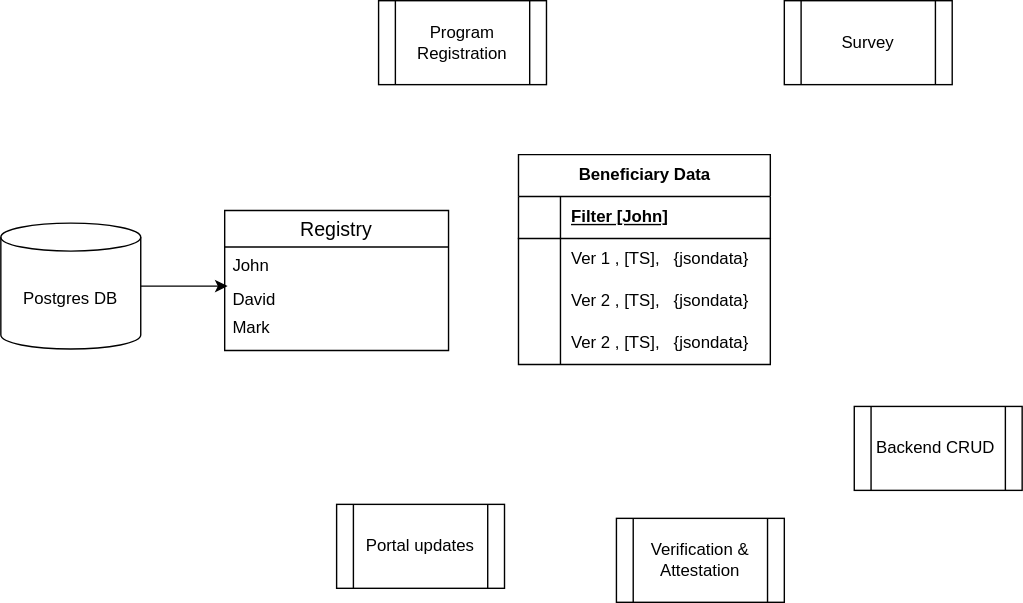
Earlier version of the draw.io export .gitbook/assets/program_data.drawio.svg (OpenG2P/openg2p-documentation). Source tidied: cells renumbered, new cells last; positions are measured from the earlier drawing's top-left corner, leaving out a move shared by most shapes.
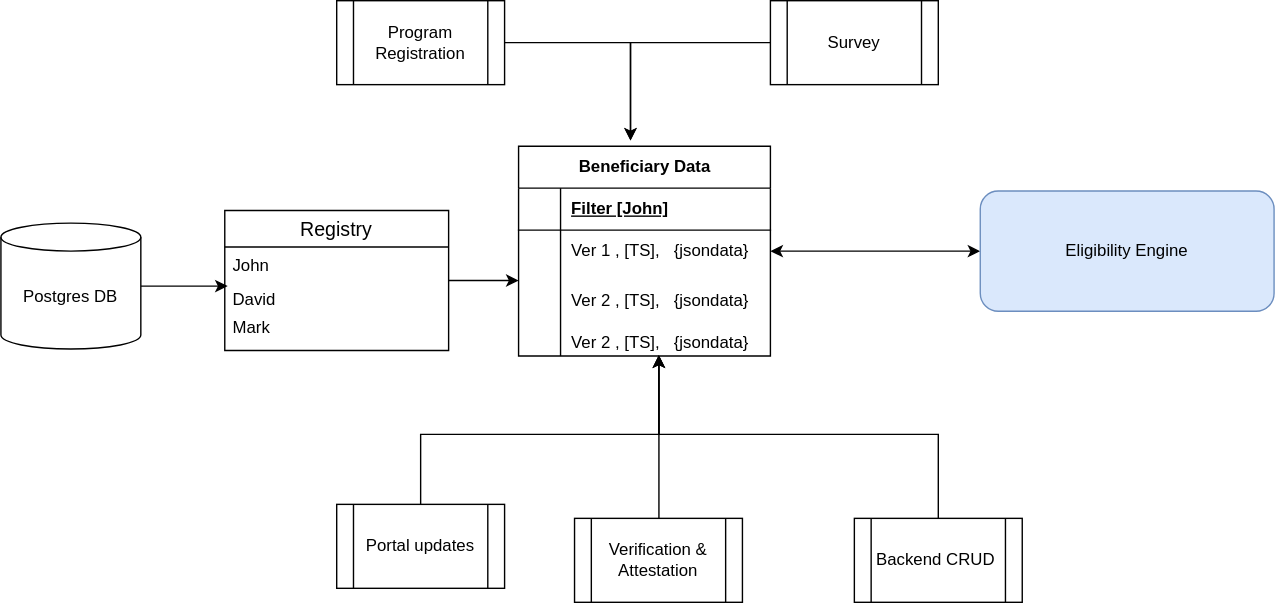
After the change.

What changed in the source:
```diff
@@ -2,27 +2,66 @@
   <root>
     <mxCell id="0" />
     <mxCell id="1" parent="0" />
+    <mxCell id="27" value="Ver 2 , [TS],&amp;nbsp; &amp;nbsp;{jsondata}" style="shape=partialRectangle;fillColor=none;top=0;left=0;bottom=0;right=0;align=left;spacingLeft=6;overflow=hidden;whiteSpace=wrap;html=1;" parent="1" vertex="1">
+      <mxGeometry x="400" y="230" width="150" height="30" as="geometry" />
+    </mxCell>
     <mxCell id="2" style="edgeStyle=orthogonalEdgeStyle;rounded=0;jettySize=auto;html=1;entryX=0.013;entryY=0.2;entryDx=0;entryDy=0;entryPerimeter=0;" parent="1" edge="1" source="3" target="11">
       <mxGeometry relative="1" as="geometry" />
     </mxCell>
     <mxCell id="3" value="Postgres DB" style="shape=cylinder3;whiteSpace=wrap;html=1;boundedLbl=1;backgroundOutline=1;size=10;" parent="1" vertex="1">
       <mxGeometry y="159" width="100" height="90" as="geometry" />
     </mxCell>
+    <mxCell id="28" style="edgeStyle=orthogonalEdgeStyle;rounded=0;jettySize=auto;html=1;" parent="1" edge="1" source="4">
+      <mxGeometry relative="1" as="geometry">
+        <mxPoint x="450" y="100" as="targetPoint" />
+      </mxGeometry>
+    </mxCell>
     <mxCell id="4" value="Program Registration" style="shape=process;whiteSpace=wrap;html=1;backgroundOutline=1;" parent="1" vertex="1">
-      <mxGeometry x="270" width="120" height="60" as="geometry" />
+      <mxGeometry x="240" width="120" height="60" as="geometry" />
     </mxCell>
+    <mxCell id="29" style="edgeStyle=orthogonalEdgeStyle;rounded=0;jettySize=auto;html=1;" parent="1" edge="1" source="5">
+      <mxGeometry relative="1" as="geometry">
+        <mxPoint x="450" y="100" as="targetPoint" />
+      </mxGeometry>
+    </mxCell>
     <mxCell id="5" value="Survey" style="shape=process;whiteSpace=wrap;html=1;backgroundOutline=1;" parent="1" vertex="1">
-      <mxGeometry x="560" width="120" height="60" as="geometry" />
+      <mxGeometry x="550" width="120" height="60" as="geometry" />
     </mxCell>
+    <mxCell id="30" style="edgeStyle=orthogonalEdgeStyle;rounded=0;jettySize=auto;html=1;entryX=0.557;entryY=0.982;entryDx=0;entryDy=0;entryPerimeter=0;exitX=0.5;exitY=0;exitDx=0;exitDy=0;" parent="1" edge="1" source="6" target="23">
+      <mxGeometry relative="1" as="geometry">
+        <Array as="points">
+          <mxPoint x="670" y="310" />
+          <mxPoint x="470" y="310" />
+        </Array>
+      </mxGeometry>
+    </mxCell>
     <mxCell id="6" value="Backend CRUD&amp;nbsp;" style="shape=process;whiteSpace=wrap;html=1;backgroundOutline=1;" parent="1" vertex="1">
-      <mxGeometry x="610" y="290" width="120" height="60" as="geometry" />
+      <mxGeometry x="610" y="370" width="120" height="60" as="geometry" />
     </mxCell>
+    <mxCell id="31" style="edgeStyle=orthogonalEdgeStyle;rounded=0;jettySize=auto;html=1;entryX=0.557;entryY=0.978;entryDx=0;entryDy=0;entryPerimeter=0;" parent="1" edge="1" source="7" target="23">
+      <mxGeometry relative="1" as="geometry">
+        <Array as="points">
+          <mxPoint x="470" y="310" />
+        </Array>
+      </mxGeometry>
+    </mxCell>
     <mxCell id="7" value="Verification &amp;amp; Attestation" style="shape=process;whiteSpace=wrap;html=1;backgroundOutline=1;" parent="1" vertex="1">
-      <mxGeometry x="440" y="370" width="120" height="60" as="geometry" />
+      <mxGeometry x="410" y="370" width="120" height="60" as="geometry" />
     </mxCell>
+    <mxCell id="32" style="edgeStyle=orthogonalEdgeStyle;rounded=0;jettySize=auto;html=1;entryX=0.557;entryY=0.983;entryDx=0;entryDy=0;entryPerimeter=0;" parent="1" edge="1" source="8" target="23">
+      <mxGeometry relative="1" as="geometry">
+        <Array as="points">
+          <mxPoint x="300" y="310" />
+          <mxPoint x="470" y="310" />
+        </Array>
+      </mxGeometry>
+    </mxCell>
     <mxCell id="8" value="Portal updates" style="shape=process;whiteSpace=wrap;html=1;backgroundOutline=1;" parent="1" vertex="1">
       <mxGeometry x="240" y="360" width="120" height="60" as="geometry" />
     </mxCell>
+    <mxCell id="33" style="edgeStyle=orthogonalEdgeStyle;rounded=0;jettySize=auto;html=1;entryX=0;entryY=0.2;entryDx=0;entryDy=0;entryPerimeter=0;" parent="1" edge="1" source="9" target="20">
+      <mxGeometry relative="1" as="geometry" />
+    </mxCell>
     <mxCell id="9" value="Registry" style="swimlane;fontStyle=0;horizontal=1;startSize=26;align=center;fontSize=14;" parent="1" vertex="1">
       <mxGeometry x="160" y="150" width="160" height="100" as="geometry" />
     </mxCell>
@@ -36,7 +75,7 @@
       <mxGeometry y="70" width="160" height="30" as="geometry" />
     </mxCell>
     <mxCell id="13" value="Beneficiary Data" style="shape=table;startSize=30;rowLines=0;fontStyle=1;align=center;html=1;" parent="1" vertex="1">
-      <mxGeometry x="370" y="110" width="180" height="150" as="geometry" />
+      <mxGeometry x="370" y="104" width="180" height="150" as="geometry" />
     </mxCell>
     <mxCell id="14" style="shape=tableRow;horizontal=0;startSize=0;swimlaneHead=0;swimlaneBody=0;fillColor=none;top=0;left=0;right=0;bottom=1;" parent="13" vertex="1">
       <mxGeometry y="30" width="180" height="30" as="geometry" />
@@ -77,8 +116,11 @@
     <mxCell id="26" value="Ver 2 , [TS],&amp;nbsp; &amp;nbsp;{jsondata}" style="shape=partialRectangle;fillColor=none;top=0;left=0;bottom=0;right=0;align=left;spacingLeft=6;overflow=hidden;whiteSpace=wrap;html=1;" parent="1" vertex="1">
       <mxGeometry x="400" y="200" width="150" height="30" as="geometry" />
     </mxCell>
-    <mxCell id="27" value="Ver 2 , [TS],&amp;nbsp; &amp;nbsp;{jsondata}" style="shape=partialRectangle;fillColor=none;top=0;left=0;bottom=0;right=0;align=left;spacingLeft=6;overflow=hidden;whiteSpace=wrap;html=1;" parent="1" vertex="1">
-      <mxGeometry x="400" y="230" width="150" height="30" as="geometry" />
-    </mxCell>
+    <mxCell id="34" style="edgeStyle=orthogonalEdgeStyle;rounded=0;jettySize=auto;html=1;entryX=1;entryY=0.5;entryDx=0;entryDy=0;startArrow=classic;startFill=1;" parent="1" edge="1" source="35" target="17">
+      <mxGeometry relative="1" as="geometry" />
+    </mxCell>
+    <mxCell id="35" value="Eligibility Engine" style="rounded=1;whiteSpace=wrap;html=1;fillColor=#dae8fc;strokeColor=#6c8ebf;" parent="1" vertex="1">
+      <mxGeometry x="700" y="136" width="210" height="86" as="geometry" />
+    </mxCell>
   </root>
 </mxGraphModel>
```
